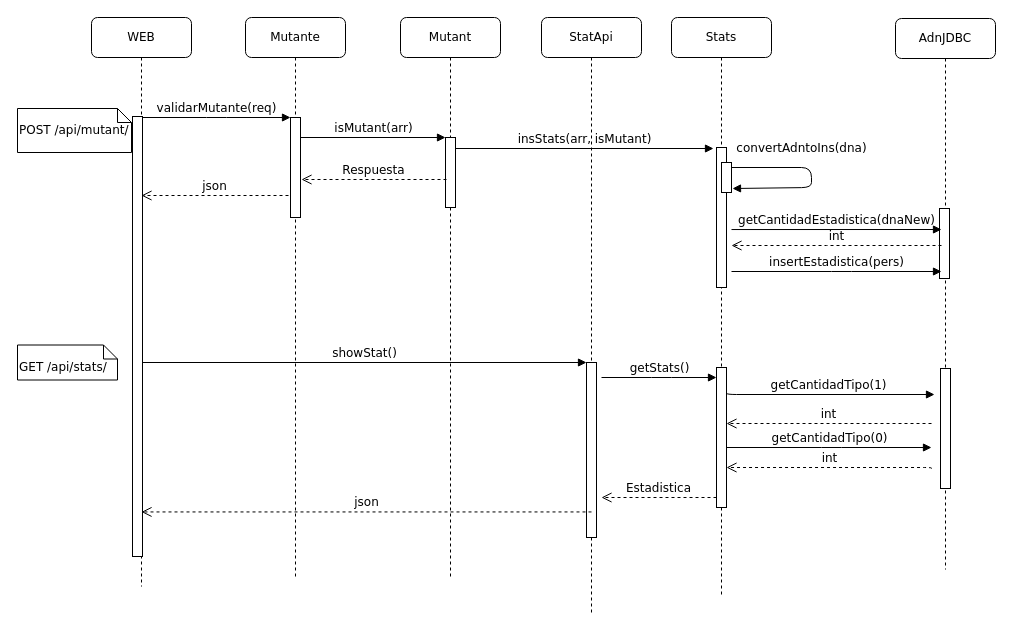
Above: diag/Diag_secuencia.drawio in manumoya/MerLibNiv3 (draw.io), before the change. Source tidied: cells renumbered, new cells numbered last; positions are measured from the earlier drawing's top-left corner, leaving out a move shared by most shapes. Both pictures are drawn from the tidied source at 100%, with x=0, y=0 at pixel (17, 17).
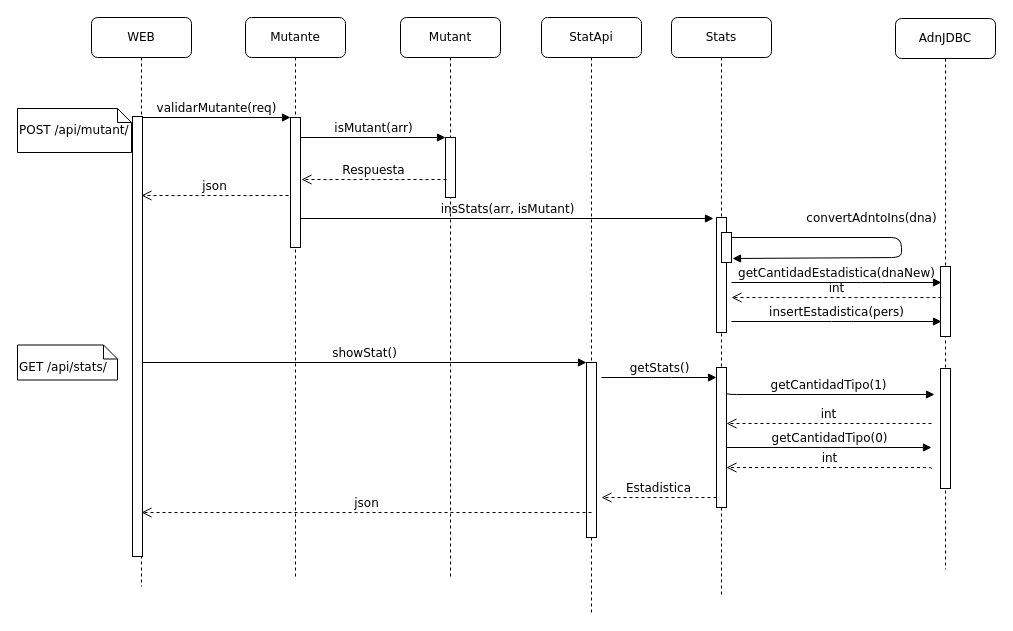
After the change.

Commit message (it also covers changes not shown here):
Fix diagrama secuencia

Fix diagrama secuencia

The change refers to these unchanged cells:
```xml
<mxCell id="2" value="Mutante" style="shape=umlLifeline;perimeter=lifelinePerimeter;whiteSpace=wrap;html=1;rounded=1;shadow=0;comic=0;labelBackgroundColor=none;strokeColor=#000000;strokeWidth=1;fillColor=#FFFFFF;fontFamily=Verdana;fontSize=12;fontColor=#000000;align=center;" parent="1" vertex="1">
  <mxGeometry x="228" width="100" height="560" as="geometry" />
</mxCell>
<mxCell id="4" value="Mutant" style="shape=umlLifeline;perimeter=lifelinePerimeter;whiteSpace=wrap;html=1;rounded=1;shadow=0;comic=0;labelBackgroundColor=none;strokeColor=#000000;strokeWidth=1;fillColor=#FFFFFF;fontFamily=Verdana;fontSize=12;fontColor=#000000;align=center;" parent="1" vertex="1">
  <mxGeometry x="383" width="100" height="560" as="geometry" />
</mxCell>
<mxCell id="7" style="html=1;points=[];perimeter=orthogonalPerimeter;rounded=0;shadow=0;comic=0;labelBackgroundColor=none;strokeColor=#000000;strokeWidth=1;fillColor=#FFFFFF;fontFamily=Verdana;fontSize=12;fontColor=#000000;align=center;" parent="6" vertex="1">
  <mxGeometry x="45" y="345" width="10" height="175" as="geometry" />
</mxCell>
<mxCell id="8" value="Stats" style="shape=umlLifeline;perimeter=lifelinePerimeter;whiteSpace=wrap;html=1;rounded=1;shadow=0;comic=0;labelBackgroundColor=none;strokeColor=#000000;strokeWidth=1;fillColor=#FFFFFF;fontFamily=Verdana;fontSize=12;fontColor=#000000;align=center;" parent="1" vertex="1">
  <mxGeometry x="654" width="100" height="580" as="geometry" />
</mxCell>
<mxCell id="13" value="AdnJDBC" style="shape=umlLifeline;perimeter=lifelinePerimeter;whiteSpace=wrap;html=1;rounded=1;shadow=0;comic=0;labelBackgroundColor=none;strokeColor=#000000;strokeWidth=1;fillColor=#FFFFFF;fontFamily=Verdana;fontSize=12;fontColor=#000000;align=center;" parent="1" vertex="1">
  <mxGeometry x="878" y="1" width="100" height="551" as="geometry" />
</mxCell>
```

The edit, as a diff of the source:
```diff
@@
     <mxCell id="3" style="html=1;points=[];perimeter=orthogonalPerimeter;rounded=0;shadow=0;comic=0;labelBackgroundColor=none;strokeColor=#000000;strokeWidth=1;fillColor=#FFFFFF;fontFamily=Verdana;fontSize=12;fontColor=#000000;align=center;" parent="2" vertex="1">
-      <mxGeometry x="45" y="100" width="10" height="100" as="geometry" />
+      <mxGeometry x="45" y="100" width="10" height="130" as="geometry" />
     </mxCell>
@@
     <mxCell id="5" style="html=1;points=[];perimeter=orthogonalPerimeter;rounded=0;shadow=0;comic=0;labelBackgroundColor=none;strokeColor=#000000;strokeWidth=1;fillColor=#FFFFFF;fontFamily=Verdana;fontSize=12;fontColor=#000000;align=center;" parent="4" vertex="1">
-      <mxGeometry x="45" y="120" width="10" height="70" as="geometry" />
+      <mxGeometry x="45" y="120" width="10" height="60" as="geometry" />
     </mxCell>
@@
     <mxCell id="10" style="html=1;points=[];perimeter=orthogonalPerimeter;rounded=0;shadow=0;comic=0;labelBackgroundColor=none;strokeColor=#000000;strokeWidth=1;fillColor=#FFFFFF;fontFamily=Verdana;fontSize=12;fontColor=#000000;align=center;" parent="8" vertex="1">
-      <mxGeometry x="45" y="130" width="10" height="140" as="geometry" />
+      <mxGeometry x="45" y="200" width="10" height="115" as="geometry" />
     </mxCell>
     <mxCell id="11" style="html=1;points=[];perimeter=orthogonalPerimeter;rounded=0;shadow=0;comic=0;labelBackgroundColor=none;strokeColor=#000000;strokeWidth=1;fillColor=#FFFFFF;fontFamily=Verdana;fontSize=12;fontColor=#000000;align=center;" parent="8" vertex="1">
-      <mxGeometry x="50" y="145" width="10" height="30" as="geometry" />
+      <mxGeometry x="50" y="215" width="10" height="30" as="geometry" />
     </mxCell>
     <mxCell id="12" value="convertAdntoIns(dna)" style="html=1;verticalAlign=bottom;endArrow=block;labelBackgroundColor=none;fontFamily=Verdana;fontSize=12;edgeStyle=elbowEdgeStyle;elbow=vertical;entryX=1.1;entryY=0.867;entryDx=0;entryDy=0;entryPerimeter=0;" parent="8" edge="1" source="11" target="11">
       <mxGeometry x="-0.22" y="10" relative="1" as="geometry">
         <Array as="points">
-          <mxPoint x="140" y="160" />
+          <mxPoint x="230" y="230" />
         </Array>
       </mxGeometry>
     </mxCell>
@@
     <mxCell id="14" style="html=1;perimeter=orthogonalPerimeter;rounded=0;shadow=0;comic=0;labelBackgroundColor=none;strokeColor=#000000;strokeWidth=1;fillColor=#FFFFFF;fontFamily=Verdana;fontSize=12;fontColor=#000000;align=center;" parent="13" vertex="1">
-      <mxGeometry x="44" y="190" width="10" height="70" as="geometry" />
+      <mxGeometry x="45" y="248" width="10" height="70" as="geometry" />
     </mxCell>
@@
-    <mxCell id="31" value="json" style="html=1;verticalAlign=bottom;endArrow=open;dashed=1;endSize=8;labelBackgroundColor=none;fontFamily=Verdana;fontSize=12;edgeStyle=elbowEdgeStyle;elbow=horizontal;exitX=0.5;exitY=0.854;exitDx=0;exitDy=0;exitPerimeter=0;" parent="1" edge="1" source="7">
+    <mxCell id="31" value="json" style="html=1;verticalAlign=bottom;endArrow=open;dashed=1;endSize=8;labelBackgroundColor=none;fontFamily=Verdana;fontSize=12;edgeStyle=elbowEdgeStyle;elbow=horizontal;" parent="1" edge="1">
       <mxGeometry relative="1" as="geometry">
+        <mxPoint x="574" y="495" as="sourcePoint" />
         <mxPoint x="124" y="495" as="targetPoint" />
-        <Array as="points">
-          <mxPoint x="124" y="495" />
-        </Array>
       </mxGeometry>
     </mxCell>
-    <mxCell id="32" value="getCantidadEstadistica(dnaNew)" style="html=1;verticalAlign=bottom;endArrow=block;labelBackgroundColor=none;fontFamily=Verdana;fontSize=12;edgeStyle=elbowEdgeStyle;elbow=vertical;exitX=1.5;exitY=0.586;exitDx=0;exitDy=0;exitPerimeter=0;" parent="1" edge="1" source="10">
+    <mxCell id="32" value="getCantidadEstadistica(dnaNew)" style="html=1;verticalAlign=bottom;endArrow=block;labelBackgroundColor=none;fontFamily=Verdana;fontSize=12;edgeStyle=elbowEdgeStyle;elbow=vertical;" parent="1" edge="1">
       <mxGeometry relative="1" as="geometry">
-        <mxPoint x="924" y="212" as="targetPoint" />
+        <mxPoint x="714" y="265" as="sourcePoint" />
+        <mxPoint x="924" y="265" as="targetPoint" />
+        <Array as="points">
+          <mxPoint x="854" y="265" />
+        </Array>
       </mxGeometry>
     </mxCell>
     <mxCell id="33" value="int" style="html=1;verticalAlign=bottom;endArrow=open;dashed=1;endSize=8;labelBackgroundColor=none;fontFamily=Verdana;fontSize=12;edgeStyle=elbowEdgeStyle;elbow=vertical;" parent="1" edge="1">
       <mxGeometry relative="1" as="geometry">
-        <mxPoint x="924" y="228" as="sourcePoint" />
-        <mxPoint x="714" y="228" as="targetPoint" />
+        <mxPoint x="924" y="280" as="sourcePoint" />
+        <mxPoint x="714" y="280" as="targetPoint" />
       </mxGeometry>
     </mxCell>
     <mxCell id="34" value="insertEstadistica(pers)" style="html=1;verticalAlign=bottom;endArrow=block;labelBackgroundColor=none;fontFamily=Verdana;fontSize=12;edgeStyle=elbowEdgeStyle;elbow=vertical;" parent="1" edge="1">
       <mxGeometry relative="1" as="geometry">
-        <mxPoint x="714" y="254" as="sourcePoint" />
-        <mxPoint x="924" y="254" as="targetPoint" />
+        <mxPoint x="714" y="304" as="sourcePoint" />
+        <mxPoint x="924" y="304" as="targetPoint" />
         <Array as="points">
-          <mxPoint x="824" y="254" />
+          <mxPoint x="824" y="304" />
         </Array>
       </mxGeometry>
     </mxCell>
-    <mxCell id="35" value="insStats(arr, isMutant)" style="html=1;verticalAlign=bottom;endArrow=block;labelBackgroundColor=none;fontFamily=Verdana;fontSize=12;edgeStyle=elbowEdgeStyle;elbow=vertical;entryX=-0.3;entryY=0.007;entryDx=0;entryDy=0;entryPerimeter=0;" parent="1" edge="1" source="5" target="10">
-      <mxGeometry relative="1" as="geometry">
-        <Array as="points">
-          <mxPoint x="664" y="131" />
-          <mxPoint x="494" y="129" />
-          <mxPoint x="644" y="135" />
-        </Array>
-      </mxGeometry>
+    <mxCell id="35" value="insStats(arr, isMutant)" style="html=1;verticalAlign=bottom;endArrow=block;labelBackgroundColor=none;fontFamily=Verdana;fontSize=12;edgeStyle=elbowEdgeStyle;elbow=vertical;entryX=-0.3;entryY=0.007;entryDx=0;entryDy=0;entryPerimeter=0;" parent="1" edge="1" source="3" target="10">
+      <mxGeometry relative="1" as="geometry" />
     </mxCell>
```
